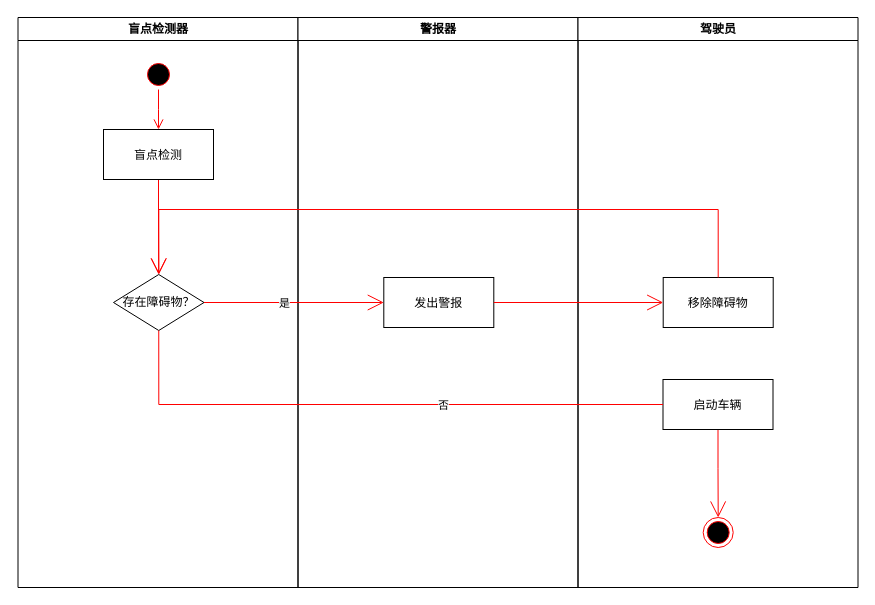
Above: Untitled Diagram.drawio in BotaoZou/test (draw.io), before the change. Source tidied: cells renumbered, new cells numbered last; positions are measured from the earlier drawing's top-left corner, leaving out a move shared by most shapes. Both pictures are drawn from the tidied source at 100%, with x=0, y=0 at pixel (17, 17).
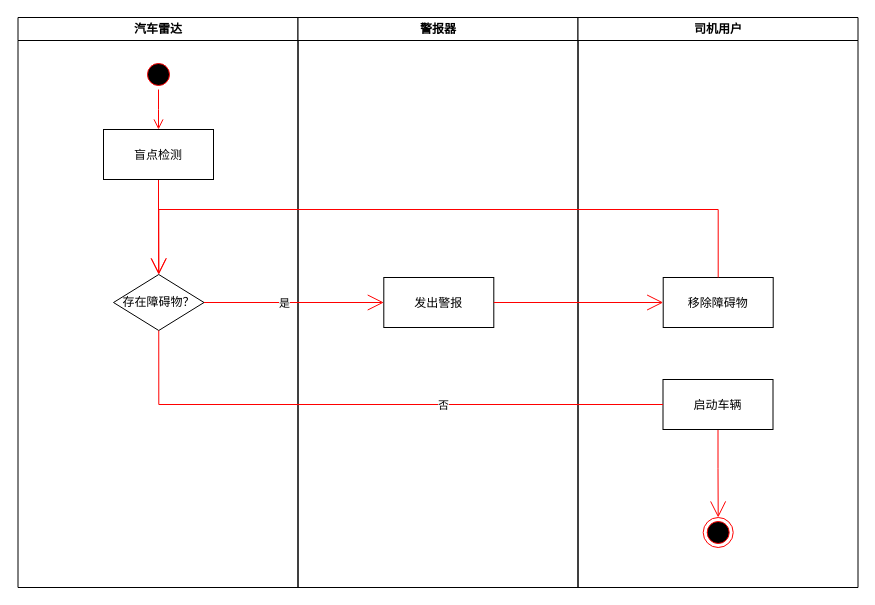
The same diagram, later.

Diff of the diagram source:
```diff
@@
-    <mxCell id="2" value="盲点检测器" style="swimlane;whiteSpace=wrap;" parent="1" vertex="1">
+    <mxCell id="2" value="汽车雷达" style="swimlane;whiteSpace=wrap;" parent="1" vertex="1">
       <mxGeometry x="0.5" width="280" height="570" as="geometry" />
     </mxCell>
@@
-    <mxCell id="10" value="驾驶员" style="swimlane;whiteSpace=wrap;" parent="1" vertex="1">
+    <mxCell id="10" value="司机用户" style="swimlane;whiteSpace=wrap;" parent="1" vertex="1">
       <mxGeometry x="560.5" width="280" height="570" as="geometry" />
     </mxCell>
```
